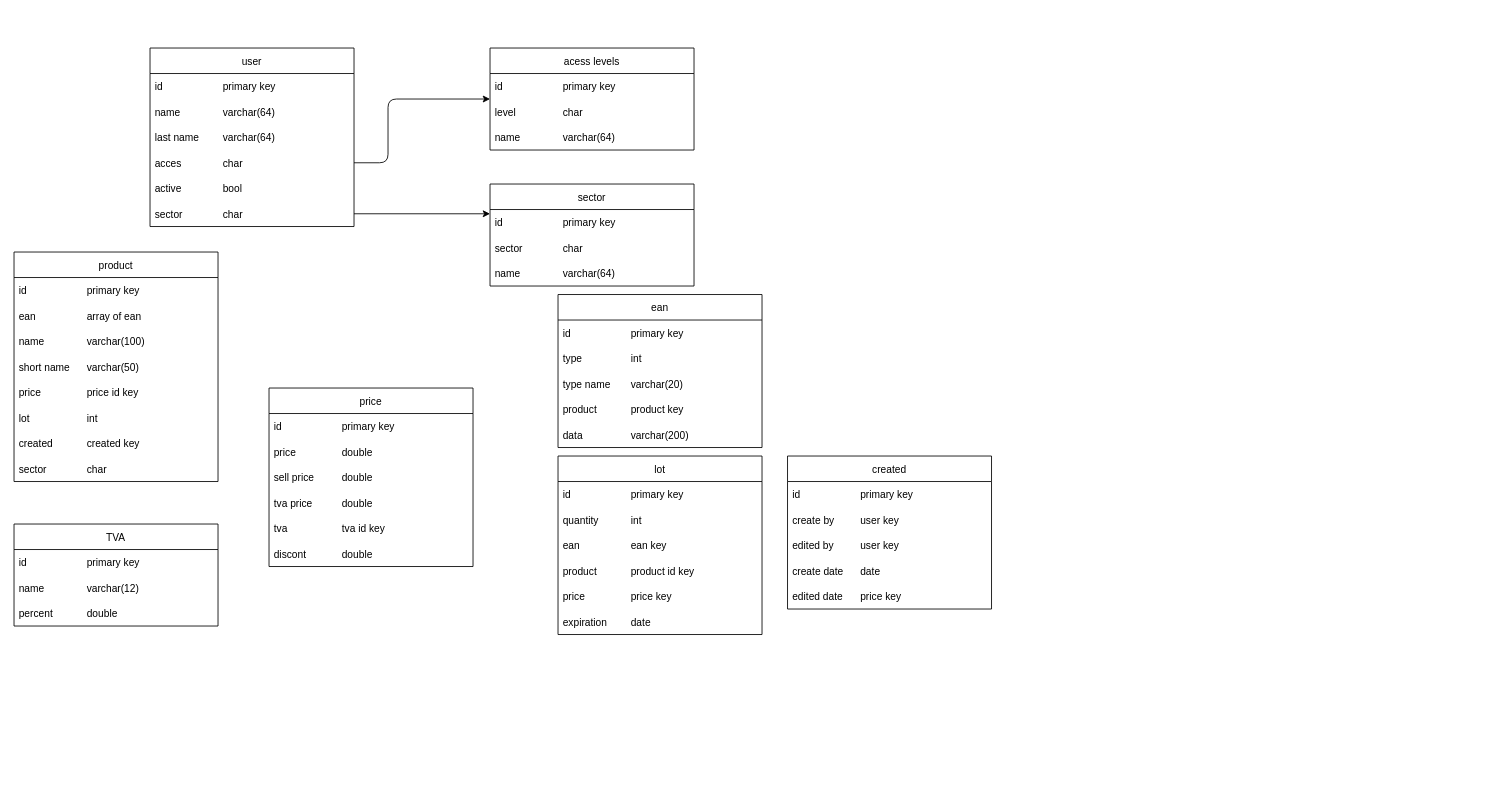
The draw.io diagram assets/drawdb.drawio in dnettoRaw/littleApp, before the edit. Source tidied: cells renumbered, new cells numbered last; positions are measured from the earlier drawing's top-left corner, leaving out a move shared by most shapes. Both pictures are drawn from the tidied source at 85%, with x=0, y=0 at pixel (14, 48).
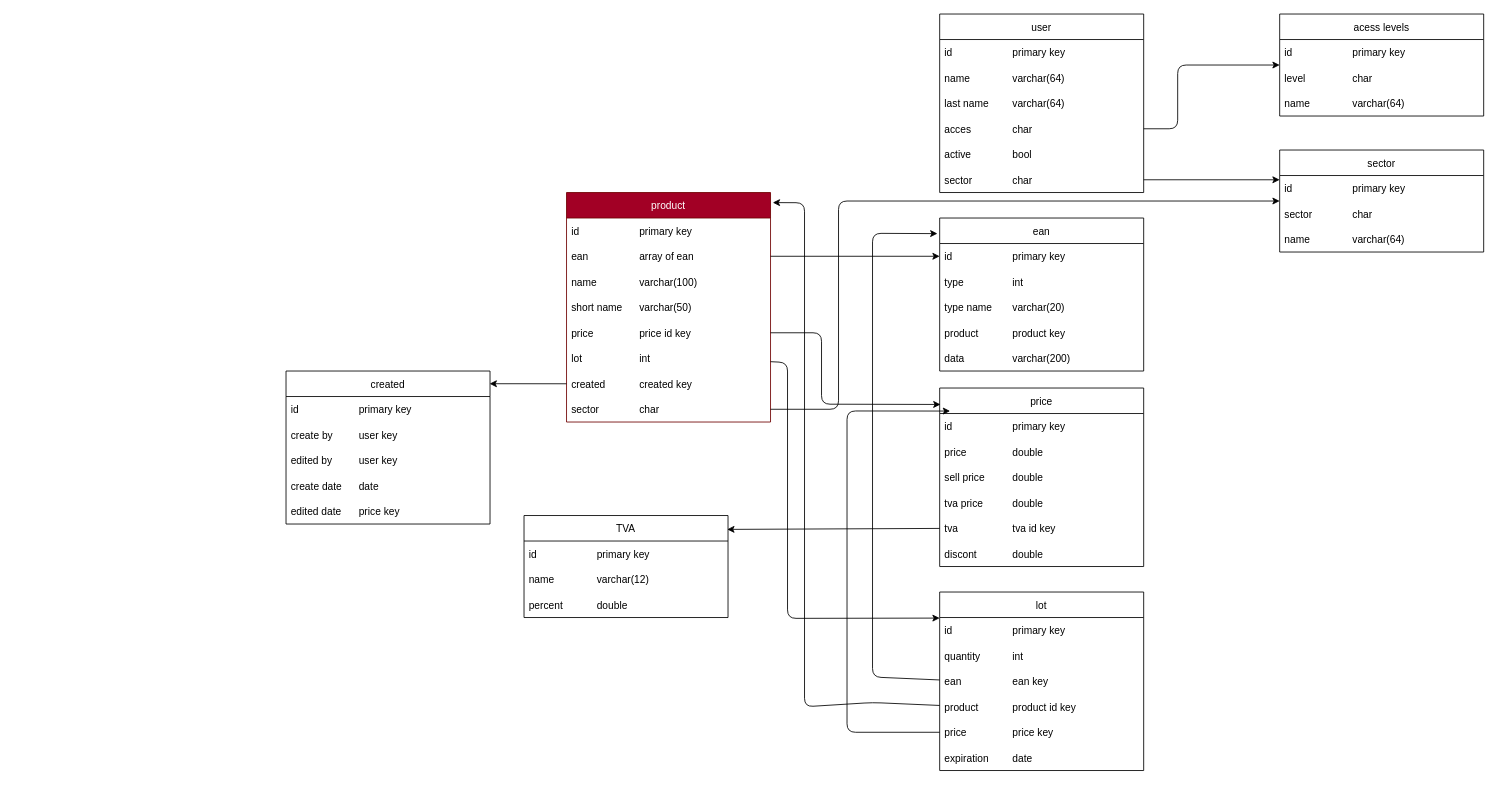
Above is the later version.

Unchanged cells that the change refers to:
```xml
<mxCell id="14" value="char" style="text;strokeColor=none;fillColor=none;align=left;verticalAlign=middle;spacingLeft=4;spacingRight=4;overflow=hidden;points=[[0,0.5],[1,0.5]];portConstraint=eastwest;" parent="12" vertex="1">
  <mxGeometry x="80" width="160" height="30" as="geometry" />
</mxCell>
<mxCell id="49" value="array of ean" style="text;strokeColor=none;fillColor=none;align=left;verticalAlign=middle;spacingLeft=4;spacingRight=4;overflow=hidden;points=[[0,0.5],[1,0.5]];portConstraint=eastwest;" parent="47" vertex="1">
  <mxGeometry x="80" width="160" height="30" as="geometry" />
</mxCell>
<mxCell id="58" value="price id key" style="text;strokeColor=none;fillColor=none;align=left;verticalAlign=middle;spacingLeft=4;spacingRight=4;overflow=hidden;points=[[0,0.5],[1,0.5]];portConstraint=eastwest;" parent="56" vertex="1">
  <mxGeometry x="80" width="160" height="30" as="geometry" />
</mxCell>
<mxCell id="61" value="int" style="text;strokeColor=none;fillColor=none;align=left;verticalAlign=middle;spacingLeft=4;spacingRight=4;overflow=hidden;points=[[0,0.5],[1,0.5]];portConstraint=eastwest;" parent="59" vertex="1">
  <mxGeometry x="80" width="160" height="30" as="geometry" />
</mxCell>
<mxCell id="63" value="created" style="text;strokeColor=none;fillColor=none;align=left;verticalAlign=middle;spacingLeft=4;spacingRight=4;overflow=hidden;points=[[0,0.5],[1,0.5]];portConstraint=eastwest;" parent="62" vertex="1">
  <mxGeometry width="60" height="30" as="geometry" />
</mxCell>
<mxCell id="67" value="char" style="text;strokeColor=none;fillColor=none;align=left;verticalAlign=middle;spacingLeft=4;spacingRight=4;overflow=hidden;points=[[0,0.5],[1,0.5]];portConstraint=eastwest;" parent="65" vertex="1">
  <mxGeometry x="80" width="160" height="30" as="geometry" />
</mxCell>
<mxCell id="82" value="tva" style="text;strokeColor=none;fillColor=none;align=left;verticalAlign=middle;spacingLeft=4;spacingRight=4;overflow=hidden;points=[[0,0.5],[1,0.5]];portConstraint=eastwest;" parent="81" vertex="1">
  <mxGeometry width="70" height="30" as="geometry" />
</mxCell>
<mxCell id="99" value="id" style="text;strokeColor=none;fillColor=none;align=left;verticalAlign=middle;spacingLeft=4;spacingRight=4;overflow=hidden;points=[[0,0.5],[1,0.5]];portConstraint=eastwest;" parent="98" vertex="1">
  <mxGeometry width="80" height="30" as="geometry" />
</mxCell>
<mxCell id="121" value="ean" style="text;strokeColor=none;fillColor=none;align=left;verticalAlign=middle;spacingLeft=4;spacingRight=4;overflow=hidden;points=[[0,0.5],[1,0.5]];portConstraint=eastwest;" parent="120" vertex="1">
  <mxGeometry width="70" height="30" as="geometry" />
</mxCell>
<mxCell id="124" value="product" style="text;strokeColor=none;fillColor=none;align=left;verticalAlign=middle;spacingLeft=4;spacingRight=4;overflow=hidden;points=[[0,0.5],[1,0.5]];portConstraint=eastwest;" parent="123" vertex="1">
  <mxGeometry width="70" height="30" as="geometry" />
</mxCell>
<mxCell id="127" value="price" style="text;strokeColor=none;fillColor=none;align=left;verticalAlign=middle;spacingLeft=4;spacingRight=4;overflow=hidden;points=[[0,0.5],[1,0.5]];portConstraint=eastwest;" parent="126" vertex="1">
  <mxGeometry width="70" height="30" as="geometry" />
</mxCell>
```

Change to the diagram source:
```diff
@@
     <mxCell id="2" value="user" style="swimlane;fontStyle=0;horizontal=1;startSize=30;" parent="1" vertex="1">
-      <mxGeometry x="160" width="240" height="210" as="geometry" />
+      <mxGeometry x="1089" y="-40" width="240" height="210" as="geometry" />
     </mxCell>
@@
     <mxCell id="21" value="acess levels" style="swimlane;fontStyle=0;horizontal=1;startSize=30;" parent="1" vertex="1">
-      <mxGeometry x="560" width="240" height="120" as="geometry" />
+      <mxGeometry x="1489" y="-40" width="240" height="120" as="geometry" />
     </mxCell>
@@
     <mxCell id="31" value="sector" style="swimlane;fontStyle=0;horizontal=1;startSize=30;" parent="1" vertex="1">
-      <mxGeometry x="560" y="160" width="240" height="120" as="geometry" />
+      <mxGeometry x="1489" y="120" width="240" height="120" as="geometry" />
     </mxCell>
@@
     <mxCell id="41" style="edgeStyle=none;html=1;" parent="1" edge="1" source="14" target="21">
       <mxGeometry relative="1" as="geometry">
         <Array as="points">
-          <mxPoint x="440" y="135" />
-          <mxPoint x="440" y="60" />
+          <mxPoint x="1369" y="95" />
+          <mxPoint x="1369" y="20" />
         </Array>
       </mxGeometry>
     </mxCell>
@@
-    <mxCell id="43" value="product" style="swimlane;fontStyle=0;horizontal=1;startSize=30;" parent="1" vertex="1">
-      <mxGeometry y="240" width="240" height="270" as="geometry" />
+    <mxCell id="43" value="product" style="swimlane;fontStyle=0;horizontal=1;startSize=30;fillColor=#a20025;fontColor=#ffffff;strokeColor=#6F0000;" parent="1" vertex="1">
+      <mxGeometry x="650" y="170" width="240" height="270" as="geometry" />
     </mxCell>
@@
     <mxCell id="68" value="price" style="swimlane;fontStyle=0;horizontal=1;startSize=30;" parent="1" vertex="1">
-      <mxGeometry x="300" y="400" width="240" height="210" as="geometry" />
+      <mxGeometry x="1089" y="400" width="240" height="210" as="geometry" />
     </mxCell>
@@
     <mxCell id="87" value="TVA" style="swimlane;fontStyle=0;horizontal=1;startSize=30;" parent="1" vertex="1">
-      <mxGeometry y="560" width="240" height="120" as="geometry" />
+      <mxGeometry x="600" y="550" width="240" height="120" as="geometry" />
     </mxCell>
@@
     <mxCell id="97" value="ean" style="swimlane;fontStyle=0;horizontal=1;startSize=30;" parent="1" vertex="1">
-      <mxGeometry x="640" y="290" width="240" height="180" as="geometry" />
+      <mxGeometry x="1089" y="200" width="240" height="180" as="geometry" />
     </mxCell>
@@
     <mxCell id="113" value="lot" style="swimlane;fontStyle=0;horizontal=1;startSize=30;" parent="1" vertex="1">
-      <mxGeometry x="640" y="480" width="240" height="210" as="geometry" />
+      <mxGeometry x="1089" y="640" width="240" height="210" as="geometry" />
     </mxCell>
@@
     <mxCell id="132" value="created" style="swimlane;fontStyle=0;horizontal=1;startSize=30;" parent="1" vertex="1">
-      <mxGeometry x="910" y="480" width="240" height="180" as="geometry" />
+      <mxGeometry x="320" y="380" width="240" height="180" as="geometry" />
     </mxCell>
@@
+    <mxCell id="148" style="edgeStyle=none;html=1;" parent="1" edge="1" source="49" target="99">
+      <mxGeometry relative="1" as="geometry" />
+    </mxCell>
+    <mxCell id="149" style="edgeStyle=none;html=1;exitX=1;exitY=0.5;exitDx=0;exitDy=0;entryX=0.004;entryY=0.092;entryDx=0;entryDy=0;entryPerimeter=0;" parent="1" edge="1" source="58" target="68">
+      <mxGeometry relative="1" as="geometry">
+        <Array as="points">
+          <mxPoint x="950" y="335" />
+          <mxPoint x="950" y="419" />
+        </Array>
+      </mxGeometry>
+    </mxCell>
+    <mxCell id="150" style="edgeStyle=none;html=1;entryX=0;entryY=0.146;entryDx=0;entryDy=0;entryPerimeter=0;" parent="1" edge="1" source="61" target="113">
+      <mxGeometry relative="1" as="geometry">
+        <Array as="points">
+          <mxPoint x="910" y="370" />
+          <mxPoint x="910" y="671" />
+        </Array>
+      </mxGeometry>
+    </mxCell>
+    <mxCell id="151" style="edgeStyle=none;html=1;exitX=0;exitY=0.5;exitDx=0;exitDy=0;entryX=0.998;entryY=0.083;entryDx=0;entryDy=0;entryPerimeter=0;" parent="1" edge="1" source="63" target="132">
+      <mxGeometry relative="1" as="geometry" />
+    </mxCell>
+    <mxCell id="152" style="edgeStyle=none;html=1;entryX=0.996;entryY=0.136;entryDx=0;entryDy=0;entryPerimeter=0;" parent="1" edge="1" source="82" target="87">
+      <mxGeometry relative="1" as="geometry" />
+    </mxCell>
+    <mxCell id="153" style="edgeStyle=none;html=1;entryX=1.011;entryY=0.044;entryDx=0;entryDy=0;entryPerimeter=0;" parent="1" edge="1" source="124" target="43">
+      <mxGeometry relative="1" as="geometry">
+        <Array as="points">
+          <mxPoint x="1010" y="770" />
+          <mxPoint x="930" y="775" />
+          <mxPoint x="930" y="182" />
+        </Array>
+      </mxGeometry>
+    </mxCell>
+    <mxCell id="154" style="edgeStyle=none;html=1;entryX=-0.011;entryY=0.102;entryDx=0;entryDy=0;entryPerimeter=0;" parent="1" edge="1" source="121" target="97">
+      <mxGeometry relative="1" as="geometry">
+        <Array as="points">
+          <mxPoint x="1010" y="740" />
+          <mxPoint x="1010" y="218" />
+        </Array>
+      </mxGeometry>
+    </mxCell>
+    <mxCell id="155" style="edgeStyle=none;html=1;entryX=0.051;entryY=0.129;entryDx=0;entryDy=0;entryPerimeter=0;" parent="1" edge="1" source="127" target="68">
+      <mxGeometry relative="1" as="geometry">
+        <Array as="points">
+          <mxPoint x="980" y="805" />
+          <mxPoint x="980" y="427" />
+        </Array>
+      </mxGeometry>
+    </mxCell>
+    <mxCell id="156" style="edgeStyle=none;html=1;" parent="1" edge="1" source="67" target="31">
+      <mxGeometry relative="1" as="geometry">
+        <Array as="points">
+          <mxPoint x="970" y="425" />
+          <mxPoint x="970" y="180" />
+        </Array>
+      </mxGeometry>
+    </mxCell>
```
